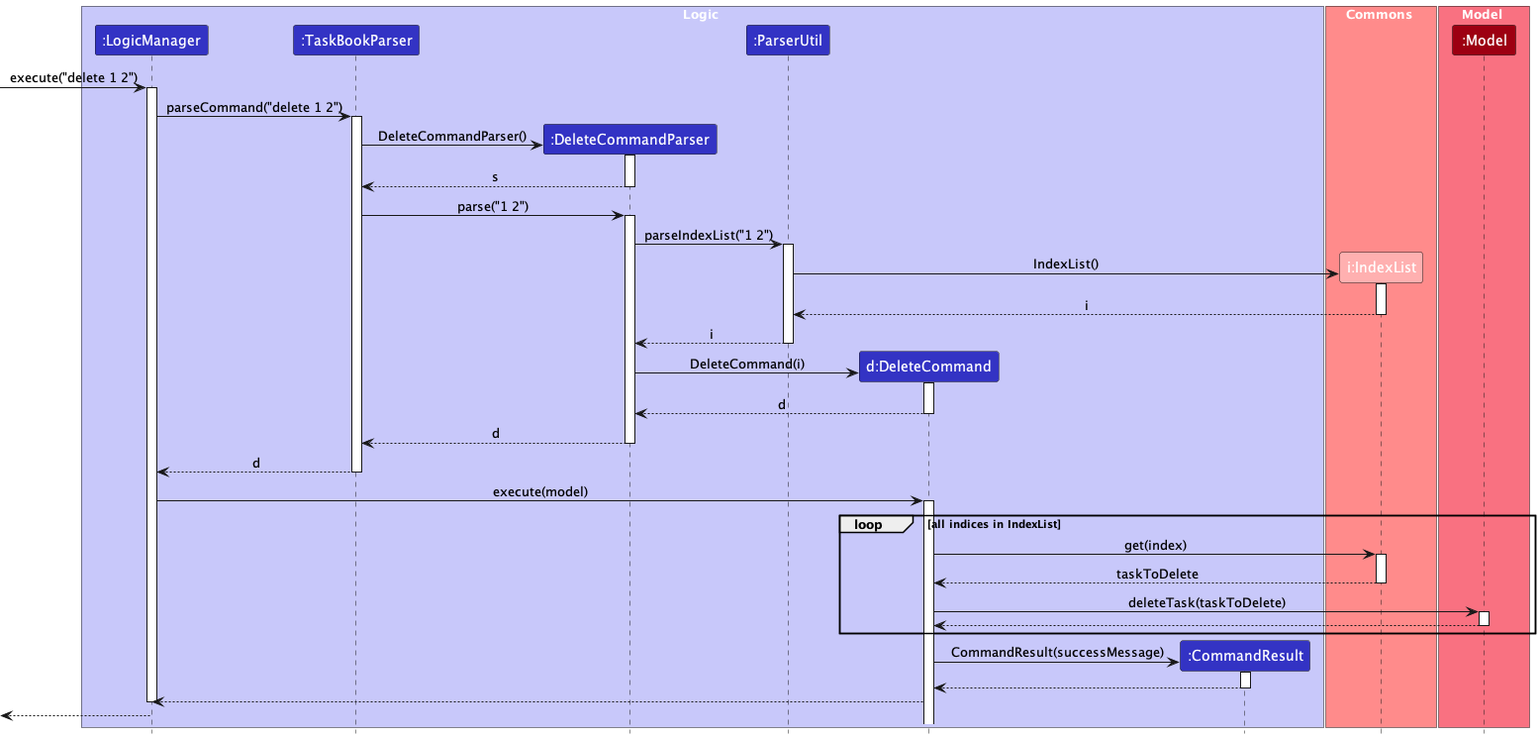
Earlier version of the PlantUML export docs/images/DeleteCommandSequenceDiagram.png (nus-cs2103-AY2223S2/tp).
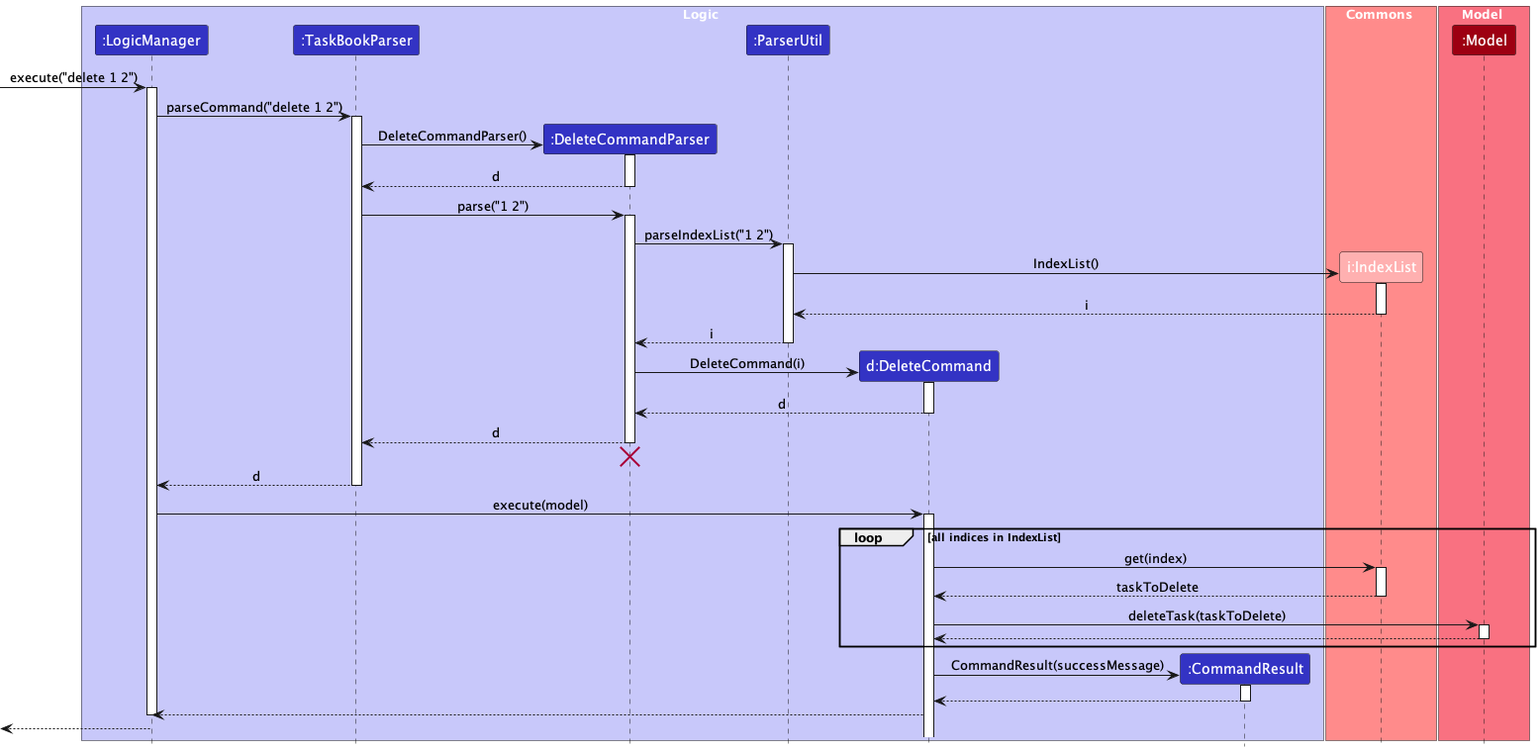
Above is the later version.

Change to the diagram source:
```diff
@@ -29,7 +29,7 @@
 TaskBookParser -> DeleteCommandParser : DeleteCommandParser()
 activate DeleteCommandParser
 
-DeleteCommandParser --> TaskBookParser : s
+DeleteCommandParser --> TaskBookParser : d
 deactivate DeleteCommandParser
 
 TaskBookParser -> DeleteCommandParser : parse("1 2")
@@ -57,6 +57,9 @@
 
 DeleteCommandParser --> TaskBookParser : d
 deactivate DeleteCommandParser
+
+DeleteCommandParser -[hidden]-> TaskBookParser
+destroy DeleteCommandParser
 
 TaskBookParser --> LogicManager : d
 deactivate TaskBookParser
```
